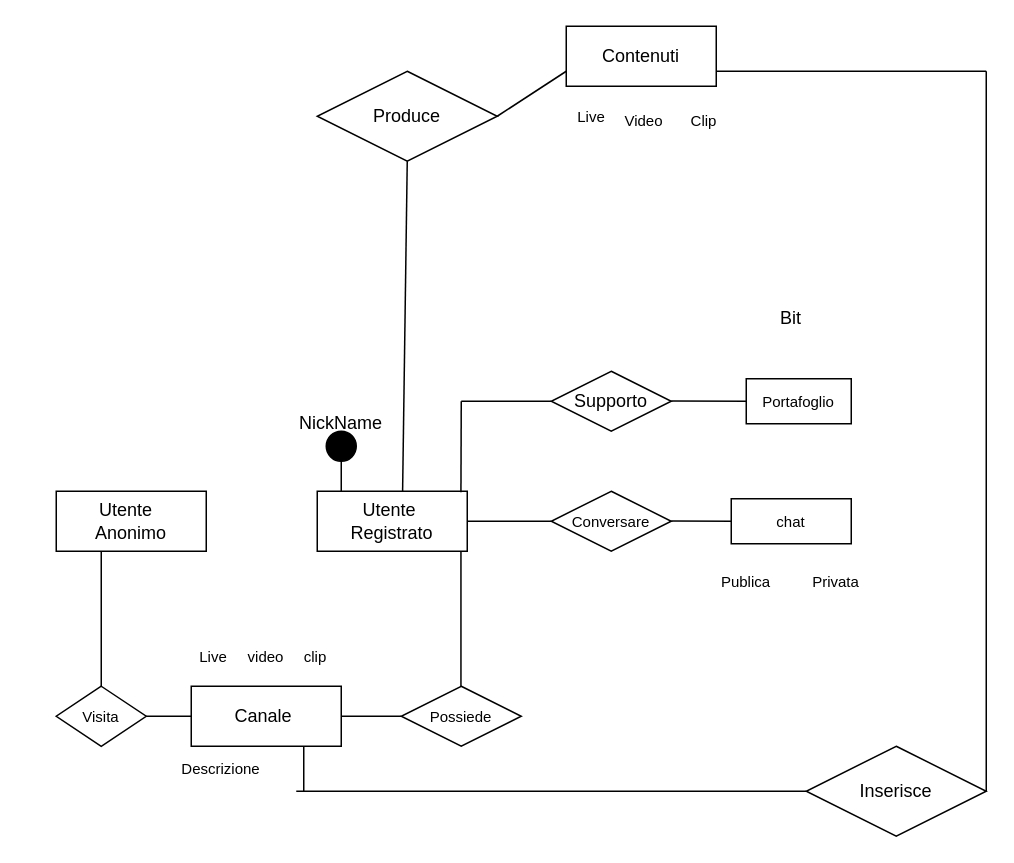
Above: e_r_ridotto.drawio in Popper002/Streaming-Service-Db-project-unito (draw.io), before the change. Source tidied: cells renumbered, new cells numbered last; positions are measured from the earlier drawing's top-left corner, leaving out a move shared by most shapes. Both pictures are drawn from the tidied source at 150%, with x=0, y=0 at pixel (56, 26).
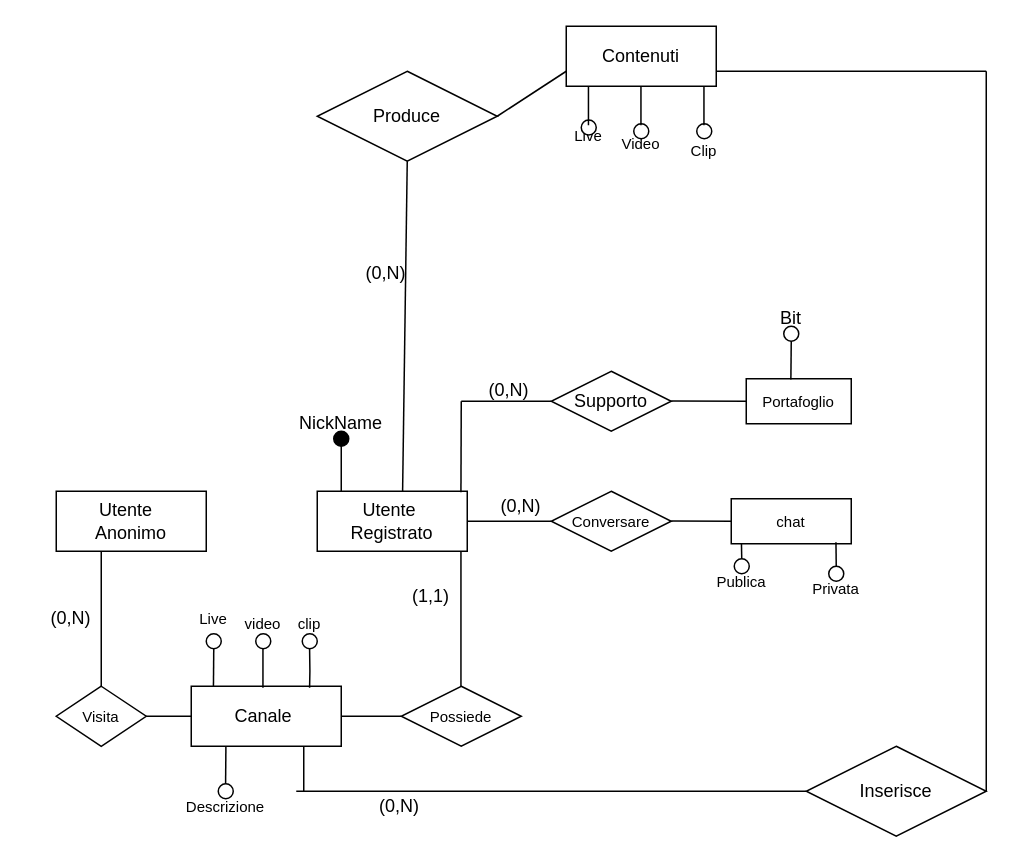
Above is the later version.

Unchanged cells that the change refers to:
```xml
<mxCell id="23" value="&lt;font style=&quot;font-size: 10px;&quot;&gt;Portafoglio&lt;/font&gt;" style="whiteSpace=wrap;html=1;align=center;" parent="1" vertex="1">
  <mxGeometry x="460" y="235" width="70" height="30" as="geometry" />
</mxCell>
```

Diff of the diagram source:
```diff
@@
     <mxCell id="8" style="ellipse;whiteSpace=wrap;html=1;fillColor=#000000;" parent="1" vertex="1">
-      <mxGeometry x="180" y="270" width="20" height="20" as="geometry" />
+      <mxGeometry x="185" y="270" width="10" height="10" as="geometry" />
     </mxCell>
@@
     <mxCell id="10" value="&lt;font style=&quot;font-size: 10px;&quot;&gt;Live&lt;/font&gt;" style="text;html=1;strokeColor=none;fillColor=none;align=center;verticalAlign=middle;whiteSpace=wrap;rounded=0;" parent="1" vertex="1">
-      <mxGeometry x="90" y="410" width="30" height="20" as="geometry" />
+      <mxGeometry x="90" y="385" width="30" height="20" as="geometry" />
     </mxCell>
     <mxCell id="11" value="&lt;font style=&quot;font-size: 10px;&quot;&gt;video&lt;/font&gt;" style="text;html=1;strokeColor=none;fillColor=none;align=center;verticalAlign=middle;whiteSpace=wrap;rounded=0;" parent="1" vertex="1">
-      <mxGeometry x="122" y="412.5" width="36" height="15" as="geometry" />
+      <mxGeometry x="120" y="390" width="36" height="15" as="geometry" />
     </mxCell>
     <mxCell id="12" value="&lt;font style=&quot;font-size: 10px;&quot;&gt;clip&lt;/font&gt;" style="text;html=1;strokeColor=none;fillColor=none;align=center;verticalAlign=middle;whiteSpace=wrap;rounded=0;" parent="1" vertex="1">
-      <mxGeometry x="143" y="405" width="60" height="30" as="geometry" />
+      <mxGeometry x="139" y="382.5" width="60" height="30" as="geometry" />
     </mxCell>
@@
     <mxCell id="17" value="&lt;font style=&quot;font-size: 10px;&quot;&gt;Descrizione&lt;/font&gt;" style="text;html=1;strokeColor=none;fillColor=none;align=center;verticalAlign=middle;whiteSpace=wrap;rounded=0;" parent="1" vertex="1">
-      <mxGeometry x="90" y="480" width="40" height="30" as="geometry" />
+      <mxGeometry x="93" y="505" width="40" height="30" as="geometry" />
     </mxCell>
@@
     <mxCell id="28" value="&lt;font style=&quot;font-size: 10px;&quot;&gt;Publica&lt;/font&gt;" style="text;html=1;strokeColor=none;fillColor=none;align=center;verticalAlign=middle;whiteSpace=wrap;rounded=0;" parent="1" vertex="1">
-      <mxGeometry x="440" y="360" width="40" height="20" as="geometry" />
+      <mxGeometry x="437" y="360" width="40" height="20" as="geometry" />
     </mxCell>
     <mxCell id="29" value="&lt;font style=&quot;font-size: 10px;&quot;&gt;Privata&lt;/font&gt;" style="text;html=1;strokeColor=none;fillColor=none;align=center;verticalAlign=middle;whiteSpace=wrap;rounded=0;" parent="1" vertex="1">
-      <mxGeometry x="490" y="355" width="60" height="30" as="geometry" />
+      <mxGeometry x="490" y="360" width="60" height="30" as="geometry" />
     </mxCell>
@@
     <mxCell id="34" value="&lt;font style=&quot;font-size: 10px;&quot;&gt;Live&lt;/font&gt;" style="text;html=1;strokeColor=none;fillColor=none;align=center;verticalAlign=middle;whiteSpace=wrap;rounded=0;" parent="1" vertex="1">
-      <mxGeometry x="342" y="50" width="30" height="20" as="geometry" />
+      <mxGeometry x="340" y="62.5" width="30" height="20" as="geometry" />
     </mxCell>
     <mxCell id="35" value="&lt;font style=&quot;font-size: 10px;&quot;&gt;Video&lt;br&gt;&lt;br&gt;&lt;/font&gt;" style="text;html=1;strokeColor=none;fillColor=none;align=center;verticalAlign=middle;whiteSpace=wrap;rounded=0;" parent="1" vertex="1">
-      <mxGeometry x="374" y="62.5" width="36" height="15" as="geometry" />
+      <mxGeometry x="372" y="77.5" width="36" height="15" as="geometry" />
     </mxCell>
     <mxCell id="36" value="&lt;font style=&quot;font-size: 10px;&quot;&gt;Clip&lt;br&gt;&lt;br&gt;&lt;/font&gt;" style="text;html=1;strokeColor=none;fillColor=none;align=center;verticalAlign=middle;whiteSpace=wrap;rounded=0;" parent="1" vertex="1">
-      <mxGeometry x="414" y="62.5" width="36" height="15" as="geometry" />
+      <mxGeometry x="414" y="82.5" width="36" height="15" as="geometry" />
     </mxCell>
@@
+    <mxCell id="42" style="ellipse;whiteSpace=wrap;html=1;" parent="1" vertex="1">
+      <mxGeometry x="485" y="200" width="10" height="10" as="geometry" />
+    </mxCell>
+    <mxCell id="43" style="endArrow=none;html=1;rounded=0;exitX=0.425;exitY=0.019;exitDx=0;exitDy=0;exitPerimeter=0;" parent="1" edge="1" source="23">
+      <mxGeometry relative="1" as="geometry">
+        <mxPoint x="490" y="210" as="targetPoint" />
+      </mxGeometry>
+    </mxCell>
+    <mxCell id="44" style="ellipse;whiteSpace=wrap;html=1;" parent="1" vertex="1">
+      <mxGeometry x="350" y="62.5" width="10" height="10" as="geometry" />
+    </mxCell>
+    <mxCell id="45" style="ellipse;whiteSpace=wrap;html=1;" parent="1" vertex="1">
+      <mxGeometry x="385" y="65" width="10" height="10" as="geometry" />
+    </mxCell>
+    <mxCell id="46" style="ellipse;whiteSpace=wrap;html=1;" parent="1" vertex="1">
+      <mxGeometry x="427" y="65" width="10" height="10" as="geometry" />
+    </mxCell>
+    <mxCell id="47" style="ellipse;whiteSpace=wrap;html=1;" parent="1" vertex="1">
+      <mxGeometry x="515" y="360" width="10" height="10" as="geometry" />
+    </mxCell>
+    <mxCell id="48" style="ellipse;whiteSpace=wrap;html=1;" parent="1" vertex="1">
+      <mxGeometry x="133" y="405" width="10" height="10" as="geometry" />
+    </mxCell>
+    <mxCell id="49" style="ellipse;whiteSpace=wrap;html=1;" parent="1" vertex="1">
+      <mxGeometry x="164" y="405" width="10" height="10" as="geometry" />
+    </mxCell>
+    <mxCell id="50" style="endArrow=none;html=1;rounded=0;" parent="1" edge="1" source="52">
+      <mxGeometry relative="1" as="geometry">
+        <mxPoint x="456.8" y="345" as="targetPoint" />
+        <Array as="points">
+          <mxPoint x="456.8" y="355" />
+        </Array>
+      </mxGeometry>
+    </mxCell>
+    <mxCell id="51" style="endArrow=none;html=1;rounded=0;" parent="1" edge="1" target="52">
+      <mxGeometry relative="1" as="geometry">
+        <mxPoint x="457" y="360" as="sourcePoint" />
+      </mxGeometry>
+    </mxCell>
+    <mxCell id="52" style="ellipse;whiteSpace=wrap;html=1;" parent="1" vertex="1">
+      <mxGeometry x="452" y="355" width="10" height="10" as="geometry" />
+    </mxCell>
+    <mxCell id="53" style="endArrow=none;html=1;rounded=0;" parent="1" edge="1">
+      <mxGeometry relative="1" as="geometry">
+        <mxPoint x="520" y="360" as="sourcePoint" />
+        <mxPoint x="519.8" y="344" as="targetPoint" />
+      </mxGeometry>
+    </mxCell>
+    <mxCell id="54" style="endArrow=none;html=1;rounded=0;exitX=0.425;exitY=0.019;exitDx=0;exitDy=0;exitPerimeter=0;" parent="1" edge="1">
+      <mxGeometry relative="1" as="geometry">
+        <mxPoint x="354.8" y="66" as="sourcePoint" />
+        <mxPoint x="354.8" y="40" as="targetPoint" />
+        <Array as="points">
+          <mxPoint x="354.8" y="50" />
+        </Array>
+      </mxGeometry>
+    </mxCell>
+    <mxCell id="55" style="endArrow=none;html=1;rounded=0;exitX=0.425;exitY=0.019;exitDx=0;exitDy=0;exitPerimeter=0;" parent="1" edge="1">
+      <mxGeometry relative="1" as="geometry">
+        <mxPoint x="431.8" y="66" as="sourcePoint" />
+        <mxPoint x="431.8" y="40" as="targetPoint" />
+      </mxGeometry>
+    </mxCell>
+    <mxCell id="56" style="endArrow=none;html=1;rounded=0;exitX=0.425;exitY=0.019;exitDx=0;exitDy=0;exitPerimeter=0;" parent="1" edge="1">
+      <mxGeometry relative="1" as="geometry">
+        <mxPoint x="389.8" y="66" as="sourcePoint" />
+        <mxPoint x="389.8" y="40" as="targetPoint" />
+      </mxGeometry>
+    </mxCell>
+    <mxCell id="57" style="endArrow=none;html=1;rounded=0;exitX=0.425;exitY=0.019;exitDx=0;exitDy=0;exitPerimeter=0;" parent="1" edge="1">
+      <mxGeometry relative="1" as="geometry">
+        <mxPoint x="137.8" y="441" as="sourcePoint" />
+        <mxPoint x="137.8" y="415" as="targetPoint" />
+      </mxGeometry>
+    </mxCell>
+    <mxCell id="58" style="endArrow=none;html=1;rounded=0;exitX=0.425;exitY=0.019;exitDx=0;exitDy=0;exitPerimeter=0;" parent="1" edge="1">
+      <mxGeometry relative="1" as="geometry">
+        <mxPoint x="168.9" y="441" as="sourcePoint" />
+        <mxPoint x="168.9" y="415" as="targetPoint" />
+        <Array as="points">
+          <mxPoint x="169.1" y="430" />
+        </Array>
+      </mxGeometry>
+    </mxCell>
+    <mxCell id="59" style="endArrow=none;html=1;rounded=0;exitX=0.425;exitY=0.019;exitDx=0;exitDy=0;exitPerimeter=0;" parent="1" edge="1" source="61">
+      <mxGeometry relative="1" as="geometry">
+        <mxPoint x="104.8" y="414" as="targetPoint" />
+      </mxGeometry>
+    </mxCell>
+    <mxCell id="60" style="endArrow=none;html=1;rounded=0;exitX=0.425;exitY=0.019;exitDx=0;exitDy=0;exitPerimeter=0;" parent="1" edge="1" target="61">
+      <mxGeometry relative="1" as="geometry">
+        <mxPoint x="104.8" y="440" as="sourcePoint" />
+      </mxGeometry>
+    </mxCell>
+    <mxCell id="61" style="ellipse;whiteSpace=wrap;html=1;" parent="1" vertex="1">
+      <mxGeometry x="100" y="405" width="10" height="10" as="geometry" />
+    </mxCell>
+    <mxCell id="62" style="ellipse;whiteSpace=wrap;html=1;" parent="1" vertex="1">
+      <mxGeometry x="108" y="505" width="10" height="10" as="geometry" />
+    </mxCell>
+    <mxCell id="63" style="endArrow=none;html=1;rounded=0;exitX=0.425;exitY=0.019;exitDx=0;exitDy=0;exitPerimeter=0;" parent="1" edge="1">
+      <mxGeometry relative="1" as="geometry">
+        <mxPoint x="112.9" y="505" as="sourcePoint" />
+        <mxPoint x="113.1" y="480" as="targetPoint" />
+      </mxGeometry>
+    </mxCell>
+    <mxCell id="64" value="(0,N)" style="text;html=1;strokeColor=none;fillColor=none;align=center;verticalAlign=middle;whiteSpace=wrap;rounded=0;" parent="1" vertex="1">
+      <mxGeometry x="-20" y="380" width="60" height="30" as="geometry" />
+    </mxCell>
+    <mxCell id="65" value="(1,1)" style="text;html=1;strokeColor=none;fillColor=none;align=center;verticalAlign=middle;whiteSpace=wrap;rounded=0;" parent="1" vertex="1">
+      <mxGeometry x="220" y="365" width="60" height="30" as="geometry" />
+    </mxCell>
+    <mxCell id="66" value="(0,N)" style="text;html=1;strokeColor=none;fillColor=none;align=center;verticalAlign=middle;whiteSpace=wrap;rounded=0;" parent="1" vertex="1">
+      <mxGeometry x="190" y="150" width="60" height="30" as="geometry" />
+    </mxCell>
+    <mxCell id="67" value="(0,N)" style="text;html=1;strokeColor=none;fillColor=none;align=center;verticalAlign=middle;whiteSpace=wrap;rounded=0;" parent="1" vertex="1">
+      <mxGeometry x="272" y="227.5" width="60" height="30" as="geometry" />
+    </mxCell>
+    <mxCell id="68" value="(0,N)" style="text;html=1;strokeColor=none;fillColor=none;align=center;verticalAlign=middle;whiteSpace=wrap;rounded=0;" parent="1" vertex="1">
+      <mxGeometry x="280" y="305" width="60" height="30" as="geometry" />
+    </mxCell>
+    <mxCell id="69" value="(0,N)" style="text;html=1;strokeColor=none;fillColor=none;align=center;verticalAlign=middle;whiteSpace=wrap;rounded=0;" parent="1" vertex="1">
+      <mxGeometry x="199" y="505" width="60" height="30" as="geometry" />
+    </mxCell>
```
